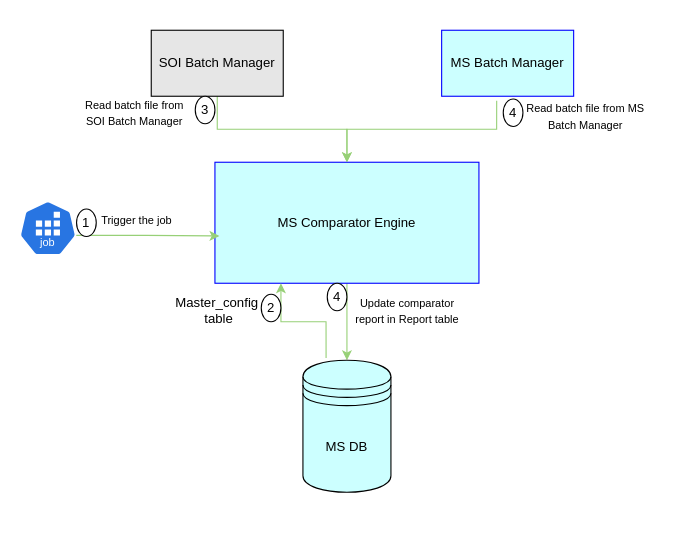
vigneswaran-svm/tibco_architecture keeps this draw.io diagram as archtecture_diagram/file-comparator.drawio. Above is the earlier version. Source tidied: cells renumbered, new cells numbered last; positions are measured from the earlier drawing's top-left corner, leaving out a move shared by most shapes. Both pictures are drawn from the tidied source at 110%, with x=0, y=0 at pixel (19, 30).
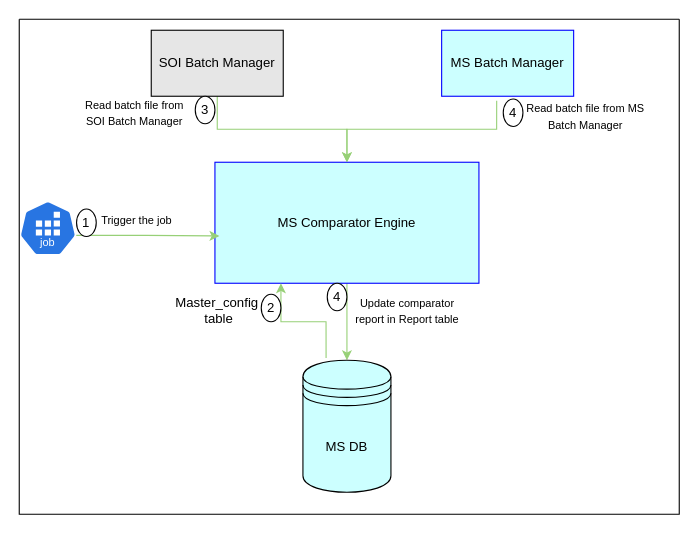
Above is the later version.

What changed in the source:
```diff
@@
+    <mxCell id="22" style="swimlane;startSize=0;" parent="1" vertex="1">
+      <mxGeometry y="-10" width="600" height="450" as="geometry" />
+    </mxCell>
+    <mxCell id="23" parent="0" />
```
